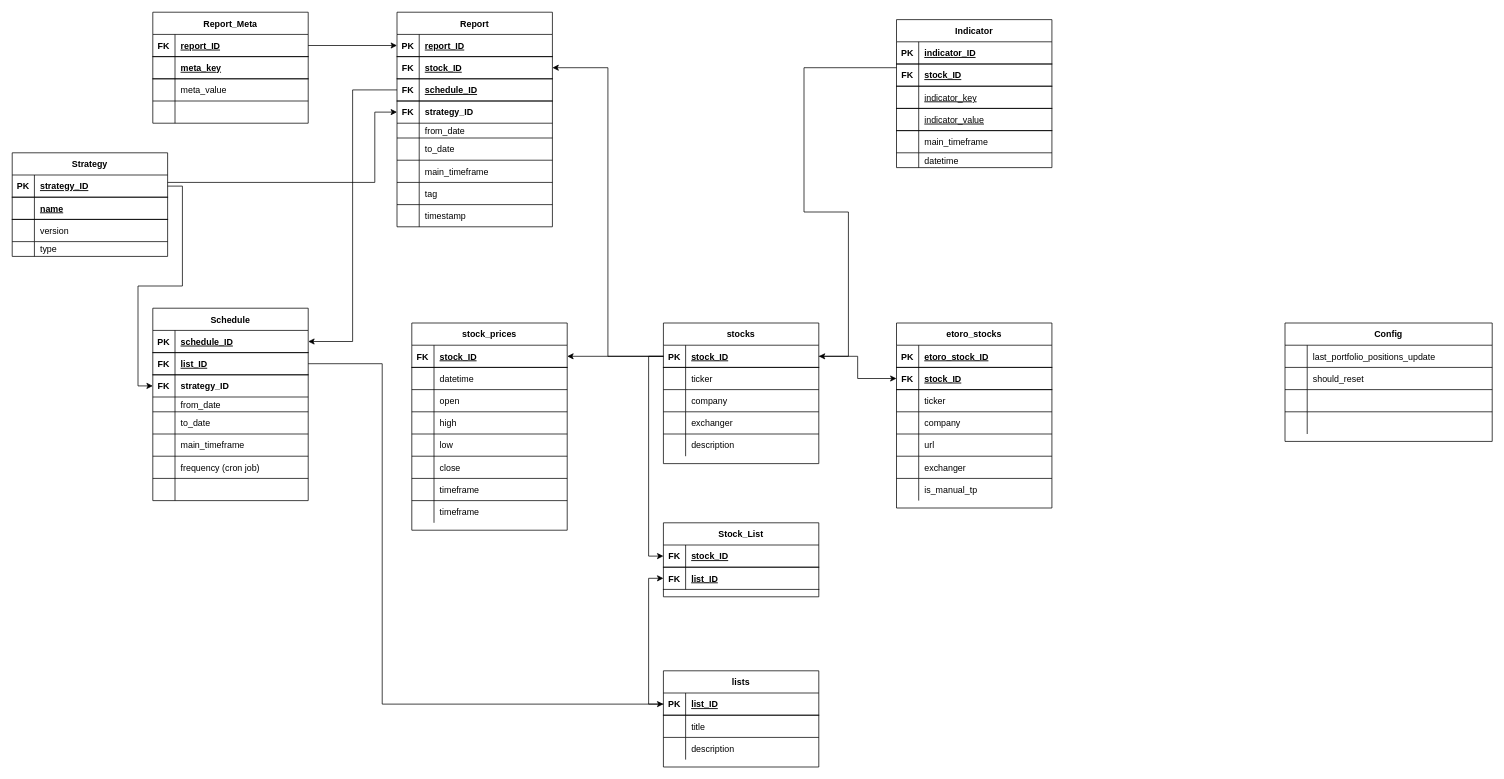
Above: Data/ERD.drawio in nmenescardi/Trader (draw.io), before the change. Source tidied: cells renumbered, new cells numbered last; positions are measured from the earlier drawing's top-left corner, leaving out a move shared by most shapes. Both pictures are drawn from the tidied source at 74%, with x=0, y=0 at pixel (12, 12).
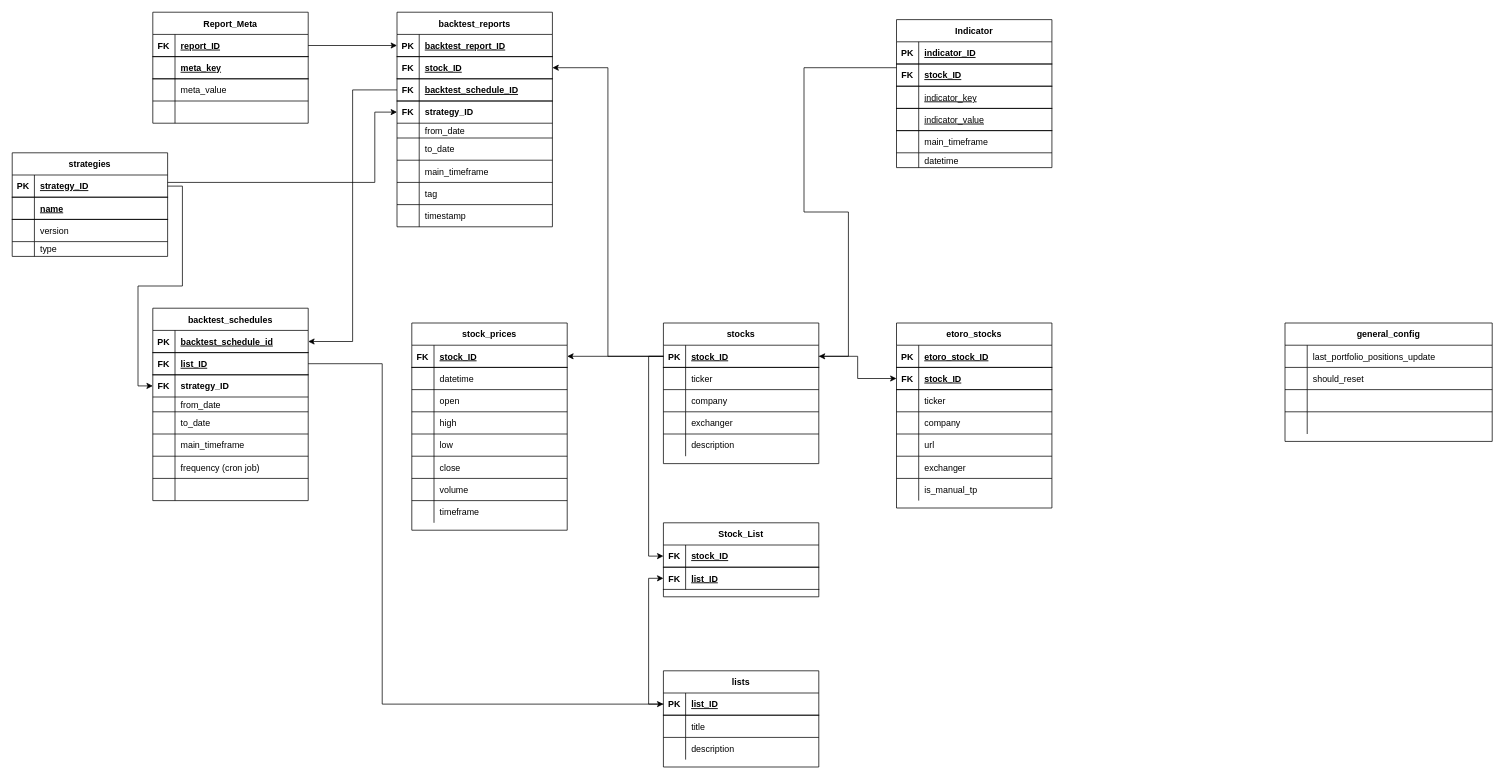
The same page after the edit.

Unchanged cells that the change refers to:
```xml
<mxCell id="83" style="shape=partialRectangle;fillColor=none;top=0;left=0;bottom=1;right=0;points=[[0,0.5],[1,0.5]];portConstraint=eastwest;" parent="82" vertex="1">
  <mxGeometry y="30" width="210" height="30" as="geometry" />
</mxCell>
<mxCell id="89" style="shape=partialRectangle;fillColor=none;top=0;left=0;bottom=1;right=0;points=[[0,0.5],[1,0.5]];portConstraint=eastwest;" parent="82" vertex="1">
  <mxGeometry y="90" width="210" height="30" as="geometry" />
</mxCell>
<mxCell id="152" style="shape=partialRectangle;fillColor=none;top=0;left=0;bottom=0;right=0;" parent="133" vertex="1">
  <mxGeometry y="210" width="210" height="30" as="geometry" />
</mxCell>
<mxCell id="162" style="shape=partialRectangle;fillColor=none;top=0;left=0;bottom=1;right=0;points=[[0,0.5],[1,0.5]];portConstraint=eastwest;" parent="161" vertex="1">
  <mxGeometry y="30" width="210" height="30" as="geometry" />
</mxCell>
```

What changed in the source:
```diff
@@
-    <mxCell id="43" value="Strategy" style="shape=table;startSize=30;childLayout=tableLayout;rowLines=1;fontStyle=1;align=center;verticalAlign=middle;fillColor=none;" parent="1" vertex="1">
+    <mxCell id="43" value="strategies" style="shape=table;startSize=30;childLayout=tableLayout;rowLines=1;fontStyle=1;align=center;verticalAlign=middle;fillColor=none;" parent="1" vertex="1">
       <mxGeometry y="190" width="210" height="140" as="geometry" />
     </mxCell>
@@
-    <mxCell id="82" value="Report" style="shape=table;startSize=30;childLayout=tableLayout;rowLines=1;fontStyle=1;align=center;verticalAlign=middle;fillColor=none;" parent="1" vertex="1">
+    <mxCell id="82" value="backtest_reports" style="shape=table;startSize=30;childLayout=tableLayout;rowLines=1;fontStyle=1;align=center;verticalAlign=middle;fillColor=none;" parent="1" vertex="1">
       <mxGeometry x="520" width="210" height="290" as="geometry" />
     </mxCell>
@@
-    <mxCell id="85" value="report_ID" style="shape=partialRectangle;fillColor=none;top=0;left=0;bottom=0;right=0;align=left;spacingLeft=6;fontStyle=5;overflow=hidden;" parent="83" vertex="1">
+    <mxCell id="85" value="backtest_report_ID" style="shape=partialRectangle;fillColor=none;top=0;left=0;bottom=0;right=0;align=left;spacingLeft=6;fontStyle=5;overflow=hidden;" parent="83" vertex="1">
       <mxGeometry x="30" width="180" height="30" as="geometry" />
     </mxCell>
@@
-    <mxCell id="91" value="schedule_ID" style="shape=partialRectangle;fillColor=none;top=0;left=0;bottom=0;right=0;align=left;spacingLeft=6;fontStyle=5;overflow=hidden;" parent="89" vertex="1">
+    <mxCell id="91" value="backtest_schedule_ID" style="shape=partialRectangle;fillColor=none;top=0;left=0;bottom=0;right=0;align=left;spacingLeft=6;fontStyle=5;overflow=hidden;" parent="89" vertex="1">
       <mxGeometry x="30" width="180" height="30" as="geometry" />
     </mxCell>
@@
-    <mxCell id="154" value="timeframe" style="shape=partialRectangle;fillColor=none;top=0;left=0;bottom=0;right=0;align=left;spacingLeft=6;overflow=hidden;" parent="152" vertex="1">
+    <mxCell id="154" value="volume" style="shape=partialRectangle;fillColor=none;top=0;left=0;bottom=0;right=0;align=left;spacingLeft=6;overflow=hidden;" parent="152" vertex="1">
       <mxGeometry x="30" width="180" height="30" as="geometry" />
     </mxCell>
@@
-    <mxCell id="161" value="Schedule" style="shape=table;startSize=30;childLayout=tableLayout;rowLines=1;fontStyle=1;align=center;verticalAlign=middle;fillColor=none;" parent="1" vertex="1">
+    <mxCell id="161" value="backtest_schedules" style="shape=table;startSize=30;childLayout=tableLayout;rowLines=1;fontStyle=1;align=center;verticalAlign=middle;fillColor=none;" parent="1" vertex="1">
       <mxGeometry x="190" y="400" width="210" height="260" as="geometry" />
     </mxCell>
@@
-    <mxCell id="164" value="schedule_ID" style="shape=partialRectangle;fillColor=none;top=0;left=0;bottom=0;right=0;align=left;spacingLeft=6;fontStyle=5;overflow=hidden;" parent="162" vertex="1">
+    <mxCell id="164" value="backtest_schedule_id" style="shape=partialRectangle;fillColor=none;top=0;left=0;bottom=0;right=0;align=left;spacingLeft=6;fontStyle=5;overflow=hidden;" parent="162" vertex="1">
       <mxGeometry x="30" width="180" height="30" as="geometry" />
     </mxCell>
@@
-    <mxCell id="193" value="Config" style="shape=table;startSize=30;childLayout=tableLayout;rowLines=1;fontStyle=1;align=center;verticalAlign=middle;fillColor=none;" parent="1" vertex="1">
+    <mxCell id="193" value="general_config" style="shape=table;startSize=30;childLayout=tableLayout;rowLines=1;fontStyle=1;align=center;verticalAlign=middle;fillColor=none;" parent="1" vertex="1">
       <mxGeometry x="1720" y="420" width="280" height="160" as="geometry" />
     </mxCell>
```
